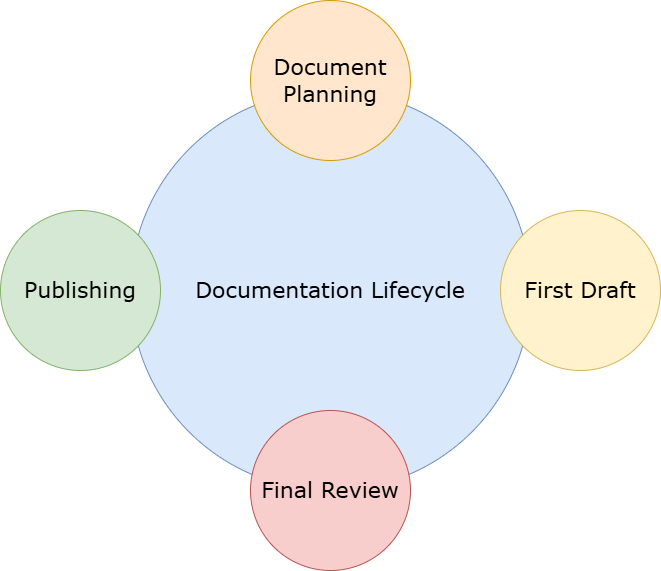
ckreiger1/techwriter-resources keeps this draw.io diagram as docs/processes/Doclifecycle.png. Above is the earlier version. Source tidied: cells renumbered, new cells last; positions are measured from the earlier drawing's top-left corner, leaving out a move shared by most shapes. Source of this version:
```xml
<mxGraphModel>
  <root>
    <mxCell id="0" />
    <mxCell id="1" parent="0" />
    <mxCell id="2" value="Documentation Lifecycle" style="ellipse;whiteSpace=wrap;html=1;rounded=0;shadow=0;dashed=0;comic=0;fontFamily=Verdana;fontSize=22;fillColor=#dae8fc;strokeColor=#6c8ebf;" parent="1" vertex="1">
      <mxGeometry x="130" y="90" width="400" height="400" as="geometry" />
    </mxCell>
    <mxCell id="3" value="Document Planning" style="ellipse;whiteSpace=wrap;html=1;rounded=0;shadow=0;dashed=0;comic=0;fontFamily=Verdana;fontSize=22;fillColor=#ffe6cc;strokeColor=#d79b00;" parent="1" vertex="1">
      <mxGeometry x="250" width="160" height="160" as="geometry" />
    </mxCell>
    <mxCell id="4" value="Final Review" style="ellipse;whiteSpace=wrap;html=1;rounded=0;shadow=0;dashed=0;comic=0;fontFamily=Verdana;fontSize=22;fillColor=#f8cecc;strokeColor=#b85450;" parent="1" vertex="1">
      <mxGeometry x="250" y="410" width="160" height="160" as="geometry" />
    </mxCell>
    <mxCell id="5" value="First Draft" style="ellipse;whiteSpace=wrap;html=1;rounded=0;shadow=0;dashed=0;comic=0;fontFamily=Verdana;fontSize=22;fillColor=#fff2cc;strokeColor=#d6b656;" parent="1" vertex="1">
      <mxGeometry x="500" y="210" width="160" height="160" as="geometry" />
    </mxCell>
    <mxCell id="6" value="Publishing" style="ellipse;whiteSpace=wrap;html=1;rounded=0;shadow=0;dashed=0;comic=0;fontFamily=Verdana;fontSize=22;fillColor=#d5e8d4;strokeColor=#82b366;" parent="1" vertex="1">
      <mxGeometry y="210" width="160" height="160" as="geometry" />
    </mxCell>
  </root>
</mxGraphModel>
```
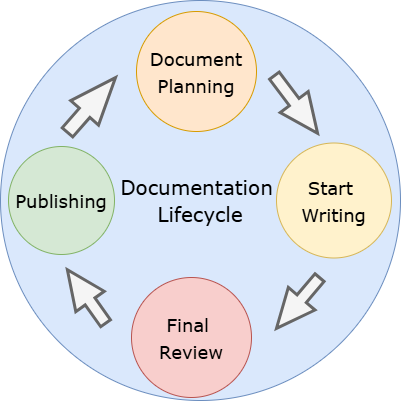
The same file after the commit.

Change to the diagram source:
```diff
@@ -2,20 +2,44 @@
   <root>
     <mxCell id="0" />
     <mxCell id="1" parent="0" />
-    <mxCell id="2" value="Documentation Lifecycle" style="ellipse;whiteSpace=wrap;html=1;rounded=0;shadow=0;dashed=0;comic=0;fontFamily=Verdana;fontSize=22;fillColor=#dae8fc;strokeColor=#6c8ebf;" parent="1" vertex="1">
-      <mxGeometry x="130" y="90" width="400" height="400" as="geometry" />
+    <mxCell id="2" value="&lt;font style=&quot;font-size: 20px;&quot;&gt;Documentation&amp;nbsp;&lt;/font&gt;&lt;div&gt;&lt;font style=&quot;font-size: 20px;&quot;&gt;Lifecycle&lt;/font&gt;&lt;/div&gt;" style="ellipse;whiteSpace=wrap;html=1;rounded=0;shadow=0;dashed=0;comic=0;fontFamily=Verdana;fontSize=22;fillColor=#dae8fc;strokeColor=#6c8ebf;" parent="1" vertex="1">
+      <mxGeometry x="144" y="86" width="400" height="400" as="geometry" />
     </mxCell>
-    <mxCell id="3" value="Document Planning" style="ellipse;whiteSpace=wrap;html=1;rounded=0;shadow=0;dashed=0;comic=0;fontFamily=Verdana;fontSize=22;fillColor=#ffe6cc;strokeColor=#d79b00;" parent="1" vertex="1">
-      <mxGeometry x="250" width="160" height="160" as="geometry" />
+    <mxCell id="3" value="&lt;font style=&quot;font-size: 18px;&quot;&gt;Document Planning&lt;/font&gt;" style="ellipse;whiteSpace=wrap;html=1;rounded=0;shadow=0;dashed=0;comic=0;fontFamily=Verdana;fontSize=22;fillColor=#ffe6cc;strokeColor=#d79b00;" parent="1" vertex="1">
+      <mxGeometry x="280" y="97" width="120" height="120" as="geometry" />
     </mxCell>
-    <mxCell id="4" value="Final Review" style="ellipse;whiteSpace=wrap;html=1;rounded=0;shadow=0;dashed=0;comic=0;fontFamily=Verdana;fontSize=22;fillColor=#f8cecc;strokeColor=#b85450;" parent="1" vertex="1">
-      <mxGeometry x="250" y="410" width="160" height="160" as="geometry" />
+    <mxCell id="4" value="&lt;font style=&quot;font-size: 18px;&quot;&gt;Final&amp;nbsp;&lt;/font&gt;&lt;div&gt;&lt;font style=&quot;font-size: 18px;&quot;&gt;Review&lt;/font&gt;&lt;/div&gt;" style="ellipse;whiteSpace=wrap;html=1;rounded=0;shadow=0;dashed=0;comic=0;fontFamily=Verdana;fontSize=22;fillColor=#f8cecc;strokeColor=#b85450;" parent="1" vertex="1">
+      <mxGeometry x="275" y="363" width="120" height="120" as="geometry" />
     </mxCell>
-    <mxCell id="5" value="First Draft" style="ellipse;whiteSpace=wrap;html=1;rounded=0;shadow=0;dashed=0;comic=0;fontFamily=Verdana;fontSize=22;fillColor=#fff2cc;strokeColor=#d6b656;" parent="1" vertex="1">
-      <mxGeometry x="500" y="210" width="160" height="160" as="geometry" />
+    <mxCell id="5" value="&lt;font style=&quot;font-size: 18px;&quot;&gt;Start&amp;nbsp;&lt;/font&gt;&lt;div&gt;&lt;font style=&quot;font-size: 18px;&quot;&gt;Writing&lt;/font&gt;&lt;/div&gt;" style="ellipse;whiteSpace=wrap;html=1;rounded=0;shadow=0;dashed=0;comic=0;fontFamily=Verdana;fontSize=22;fillColor=#fff2cc;strokeColor=#d6b656;" parent="1" vertex="1">
+      <mxGeometry x="420" y="228.5" width="115" height="115" as="geometry" />
     </mxCell>
-    <mxCell id="6" value="Publishing" style="ellipse;whiteSpace=wrap;html=1;rounded=0;shadow=0;dashed=0;comic=0;fontFamily=Verdana;fontSize=22;fillColor=#d5e8d4;strokeColor=#82b366;" parent="1" vertex="1">
-      <mxGeometry y="210" width="160" height="160" as="geometry" />
+    <mxCell id="6" value="&lt;font style=&quot;font-size: 18px;&quot;&gt;Publishing&lt;/font&gt;" style="ellipse;whiteSpace=wrap;html=1;rounded=0;shadow=0;dashed=0;comic=0;fontFamily=Verdana;fontSize=22;fillColor=#d5e8d4;strokeColor=#82b366;" parent="1" vertex="1">
+      <mxGeometry x="152" y="232" width="106" height="108" as="geometry" />
     </mxCell>
+    <mxCell id="7" style="shape=flexArrow;endArrow=classic;html=1;rounded=0;endSize=14.62;startSize=8;strokeWidth=3;fillColor=#f5f5f5;strokeColor=#666666;exitX=0.15;exitY=0.3;exitDx=0;exitDy=0;exitPerimeter=0;width=12;" parent="1" edge="1">
+      <mxGeometry relative="1" as="geometry">
+        <mxPoint x="210" y="219" as="sourcePoint" />
+        <mxPoint x="260" y="162" as="targetPoint" />
+      </mxGeometry>
+    </mxCell>
+    <mxCell id="8" style="shape=flexArrow;endArrow=classic;html=1;rounded=0;endSize=12;startSize=8;strokeWidth=3;fillColor=#f5f5f5;strokeColor=#666666;" parent="1" edge="1">
+      <mxGeometry relative="1" as="geometry">
+        <mxPoint x="417" y="160" as="sourcePoint" />
+        <mxPoint x="462" y="220" as="targetPoint" />
+      </mxGeometry>
+    </mxCell>
+    <mxCell id="9" style="shape=flexArrow;endArrow=classic;html=1;rounded=0;endSize=12;startSize=8;strokeWidth=3;fillColor=#f5f5f5;strokeColor=#666666;entryX=0.813;entryY=0.188;entryDx=0;entryDy=0;entryPerimeter=0;" parent="1" edge="1">
+      <mxGeometry relative="1" as="geometry">
+        <mxPoint x="464" y="362" as="sourcePoint" />
+        <mxPoint x="419" y="415.1" as="targetPoint" />
+      </mxGeometry>
+    </mxCell>
+    <mxCell id="10" style="shape=flexArrow;endArrow=classic;html=1;rounded=0;endSize=12;startSize=8;strokeWidth=3;fillColor=#f5f5f5;strokeColor=#666666;" parent="1" edge="1">
+      <mxGeometry relative="1" as="geometry">
+        <mxPoint x="250" y="410" as="sourcePoint" />
+        <mxPoint x="210" y="354" as="targetPoint" />
+      </mxGeometry>
+    </mxCell>
   </root>
 </mxGraphModel>
```
